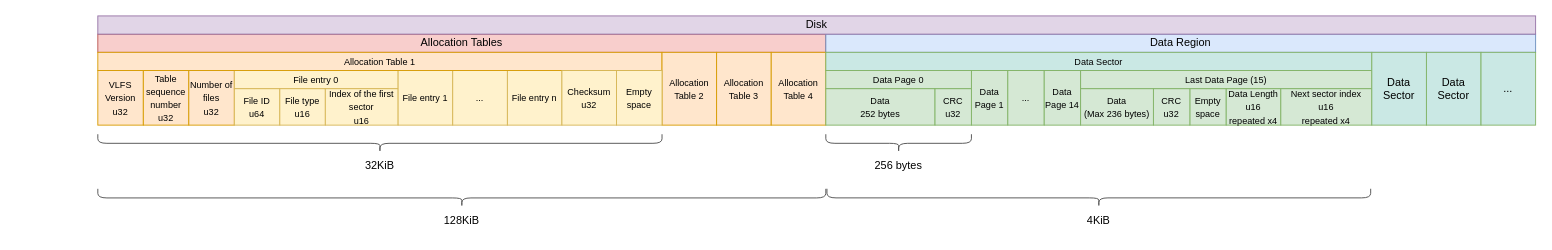
Earlier version of the draw.io diagram vlfs/layout.drawio (McMaster-Rocketry-Team/rust-monorepo). Source tidied: cells renumbered, new cells numbered last; positions are measured from the earlier drawing's top-left corner, leaving out a move shared by most shapes. Both pictures are drawn from the tidied source at 91%, with x=0, y=0 at pixel (97, -167).
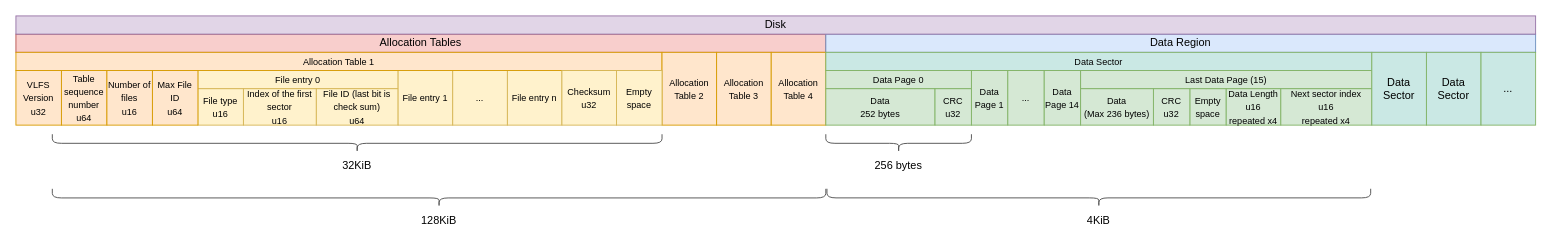
Above is the later version.

Change to the diagram source:
```diff
@@
     <mxCell id="2" value="Allocation Tables" style="rounded=0;whiteSpace=wrap;html=1;fillColor=#f8cecc;strokeColor=#b85450;" parent="1" vertex="1">
-      <mxGeometry y="220" width="800" height="20" as="geometry" />
+      <mxGeometry x="-90" y="220" width="890" height="20" as="geometry" />
     </mxCell>
@@
     <mxCell id="4" value="&lt;font style=&quot;font-size: 10px;&quot;&gt;VLFS Version&lt;br&gt;u32&lt;br&gt;&lt;/font&gt;" style="rounded=0;whiteSpace=wrap;html=1;fillColor=#ffe6cc;strokeColor=#d79b00;" parent="1" vertex="1">
-      <mxGeometry y="260" width="50" height="60" as="geometry" />
+      <mxGeometry x="-90" y="260" width="50" height="60" as="geometry" />
     </mxCell>
-    <mxCell id="5" value="&lt;font style=&quot;font-size: 10px;&quot;&gt;Table sequence number&lt;br&gt;u32&lt;br&gt;&lt;/font&gt;" style="rounded=0;whiteSpace=wrap;html=1;fillColor=#ffe6cc;strokeColor=#d79b00;" parent="1" vertex="1">
-      <mxGeometry x="50" y="260" width="50" height="60" as="geometry" />
+    <mxCell id="5" value="&lt;font style=&quot;font-size: 10px;&quot;&gt;Table sequence number&lt;br&gt;u64&lt;br&gt;&lt;/font&gt;" style="rounded=0;whiteSpace=wrap;html=1;fillColor=#ffe6cc;strokeColor=#d79b00;" parent="1" vertex="1">
+      <mxGeometry x="-40" y="260" width="50" height="60" as="geometry" />
     </mxCell>
-    <mxCell id="6" value="&lt;font style=&quot;font-size: 10px;&quot;&gt;Number of files&lt;br&gt;u32&lt;br&gt;&lt;/font&gt;" style="rounded=0;whiteSpace=wrap;html=1;fillColor=#ffe6cc;strokeColor=#d79b00;" parent="1" vertex="1">
-      <mxGeometry x="100" y="260" width="50" height="60" as="geometry" />
+    <mxCell id="6" value="&lt;font style=&quot;font-size: 10px;&quot;&gt;Number of files&lt;br&gt;u16&lt;br&gt;&lt;/font&gt;" style="rounded=0;whiteSpace=wrap;html=1;fillColor=#ffe6cc;strokeColor=#d79b00;" parent="1" vertex="1">
+      <mxGeometry x="10" y="260" width="50" height="60" as="geometry" />
     </mxCell>
     <mxCell id="7" value="&lt;font style=&quot;font-size: 10px;&quot;&gt;File entry 0&lt;br&gt;&lt;/font&gt;" style="rounded=0;whiteSpace=wrap;html=1;fillColor=#fff2cc;strokeColor=#d6b656;" parent="1" vertex="1">
-      <mxGeometry x="150" y="260" width="180" height="20" as="geometry" />
+      <mxGeometry x="110" y="260" width="220" height="20" as="geometry" />
     </mxCell>
-    <mxCell id="8" value="&lt;font style=&quot;font-size: 10px;&quot;&gt;File ID&lt;br&gt;u64&lt;br&gt;&lt;/font&gt;" style="rounded=0;whiteSpace=wrap;html=1;fillColor=#fff2cc;strokeColor=#d6b656;" parent="1" vertex="1">
-      <mxGeometry x="150" y="280" width="50" height="40" as="geometry" />
+    <mxCell id="8" value="&lt;font style=&quot;font-size: 10px;&quot;&gt;File ID (last bit is check sum)&lt;br&gt;u64&lt;br&gt;&lt;/font&gt;" style="rounded=0;whiteSpace=wrap;html=1;fillColor=#fff2cc;strokeColor=#d6b656;" parent="1" vertex="1">
+      <mxGeometry x="240" y="280" width="90" height="40" as="geometry" />
     </mxCell>
     <mxCell id="9" value="&lt;font style=&quot;font-size: 10px;&quot;&gt;File type&lt;br&gt;u16&lt;br&gt;&lt;/font&gt;" style="rounded=0;whiteSpace=wrap;html=1;fillColor=#fff2cc;strokeColor=#d6b656;" parent="1" vertex="1">
-      <mxGeometry x="200" y="280" width="50" height="40" as="geometry" />
+      <mxGeometry x="110" y="280" width="50" height="40" as="geometry" />
     </mxCell>
     <mxCell id="10" value="&lt;font style=&quot;font-size: 10px;&quot;&gt;Index of the first sector &lt;br&gt;u16&lt;br&gt;&lt;/font&gt;" style="rounded=0;whiteSpace=wrap;html=1;fillColor=#fff2cc;strokeColor=#d6b656;" parent="1" vertex="1">
-      <mxGeometry x="250" y="280" width="80" height="40" as="geometry" />
+      <mxGeometry x="160" y="280" width="80" height="40" as="geometry" />
     </mxCell>
@@
     <mxCell id="14" value="&lt;font style=&quot;font-size: 10px;&quot;&gt;Allocation Table 1&lt;br&gt;&lt;/font&gt;" style="rounded=0;whiteSpace=wrap;html=1;fillColor=#ffe6cc;strokeColor=#d79b00;" parent="1" vertex="1">
-      <mxGeometry y="240" width="620" height="20" as="geometry" />
+      <mxGeometry x="-90" y="240" width="710" height="20" as="geometry" />
     </mxCell>
@@
     <mxCell id="18" style="shape=curlyBracket;whiteSpace=wrap;html=1;rounded=1;flipH=1;labelPosition=right;verticalLabelPosition=middle;align=left;verticalAlign=middle;strokeColor=#4D4D4D;fontFamily=Helvetica;fontSize=12;fontColor=default;fillColor=#ffe6cc;rotation=90;" parent="1" vertex="1">
-      <mxGeometry x="300" y="30" width="20" height="620" as="geometry" />
+      <mxGeometry x="275" y="5" width="20" height="670" as="geometry" />
     </mxCell>
@@
     <mxCell id="21" value="32KiB" style="text;html=1;strokeColor=none;fillColor=none;align=center;verticalAlign=middle;whiteSpace=wrap;rounded=0;fontSize=12;fontFamily=Helvetica;fontColor=default;" parent="1" vertex="1">
-      <mxGeometry x="280" y="350" width="60" height="30" as="geometry" />
+      <mxGeometry x="255" y="350" width="60" height="30" as="geometry" />
     </mxCell>
     <mxCell id="22" style="shape=curlyBracket;whiteSpace=wrap;html=1;rounded=1;flipH=1;labelPosition=right;verticalLabelPosition=middle;align=left;verticalAlign=middle;strokeColor=#4D4D4D;fontFamily=Helvetica;fontSize=12;fontColor=default;fillColor=#ffe6cc;rotation=90;" parent="1" vertex="1">
-      <mxGeometry x="390" width="20" height="800" as="geometry" />
+      <mxGeometry x="365" y="-25" width="20" height="850" as="geometry" />
     </mxCell>
     <mxCell id="23" value="128KiB" style="text;html=1;strokeColor=none;fillColor=none;align=center;verticalAlign=middle;whiteSpace=wrap;rounded=0;fontSize=12;fontFamily=Helvetica;fontColor=default;" parent="1" vertex="1">
-      <mxGeometry x="370" y="410" width="60" height="30" as="geometry" />
+      <mxGeometry x="345" y="410" width="60" height="30" as="geometry" />
     </mxCell>
@@
     <mxCell id="44" value="Disk" style="rounded=0;whiteSpace=wrap;html=1;strokeColor=#9673a6;fontFamily=Helvetica;fontSize=12;fillColor=#e1d5e7;" parent="1" vertex="1">
-      <mxGeometry y="200" width="1580" height="20" as="geometry" />
+      <mxGeometry x="-90" y="200" width="1670" height="20" as="geometry" />
     </mxCell>
+    <mxCell id="45" value="&lt;font style=&quot;font-size: 10px;&quot;&gt;Max File ID&lt;br&gt;u64&lt;br&gt;&lt;/font&gt;" style="rounded=0;whiteSpace=wrap;html=1;fillColor=#ffe6cc;strokeColor=#d79b00;" parent="1" vertex="1">
+      <mxGeometry x="60" y="260" width="50" height="60" as="geometry" />
+    </mxCell>
```
